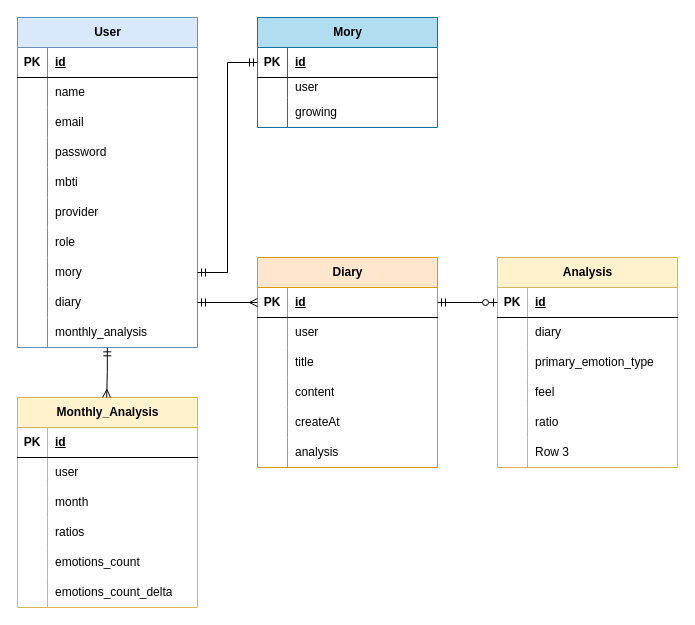
This is page "DB" (1 of 2) of mory_erd.drawio from gimchibutchimgae/Mory-Backend, a draw.io file, before an edit. Source tidied: cells renumbered, new cells numbered last; positions are measured from the earlier drawing's top-left corner, leaving out a move shared by most shapes. Both pictures are drawn from the tidied source at 100%, with x=0, y=0 at pixel (17, 17).
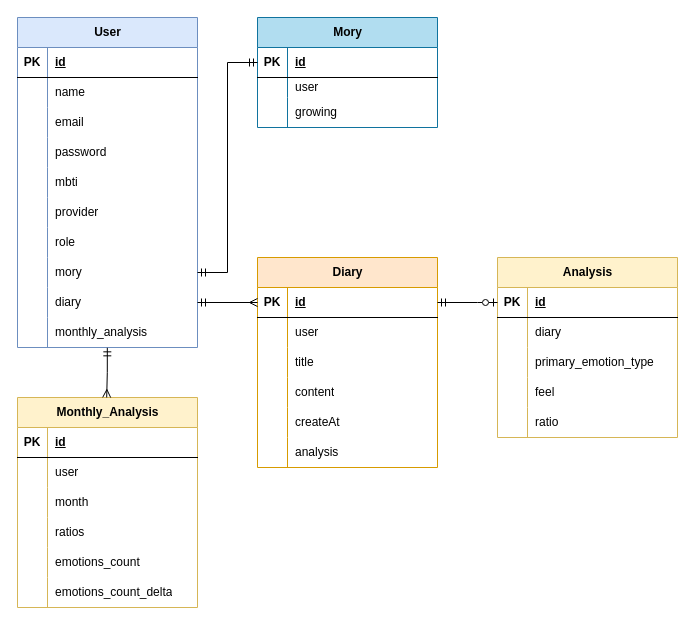
The same diagram, later.

Diff of the diagram source:
```diff
@@
     <mxCell id="52" value="Analysis" style="shape=table;startSize=30;childLayout=tableLayout;rowLines=0;fontStyle=1;align=center;html=1;labelBackgroundColor=none;rounded=0;fillColor=#fff2cc;strokeColor=#d6b656;" parent="1" vertex="1">
-      <mxGeometry x="480" y="240" width="180" height="210" as="geometry" />
+      <mxGeometry x="480" y="240" width="180" height="180" as="geometry" />
     </mxCell>
@@
-    <mxCell id="68" style="shape=tableRow;horizontal=0;startSize=0;swimlaneHead=0;swimlaneBody=0;fillColor=none;top=0;left=0;right=0;bottom=0;labelBackgroundColor=none;rounded=0;" parent="52" vertex="1">
-      <mxGeometry y="180" width="180" height="30" as="geometry" />
-    </mxCell>
-    <mxCell id="69" style="shape=partialRectangle;fillColor=none;top=0;left=0;bottom=0;right=0;overflow=hidden;whiteSpace=wrap;html=1;labelBackgroundColor=none;rounded=0;" parent="68" vertex="1">
-      <mxGeometry width="30" height="30" as="geometry" />
-    </mxCell>
-    <mxCell id="70" value="Row 3" style="shape=partialRectangle;fillColor=none;top=0;left=0;bottom=0;right=0;align=left;spacingLeft=6;overflow=hidden;whiteSpace=wrap;html=1;labelBackgroundColor=none;rounded=0;" parent="68" vertex="1">
-      <mxGeometry x="30" width="150" height="30" as="geometry" />
-    </mxCell>
```
